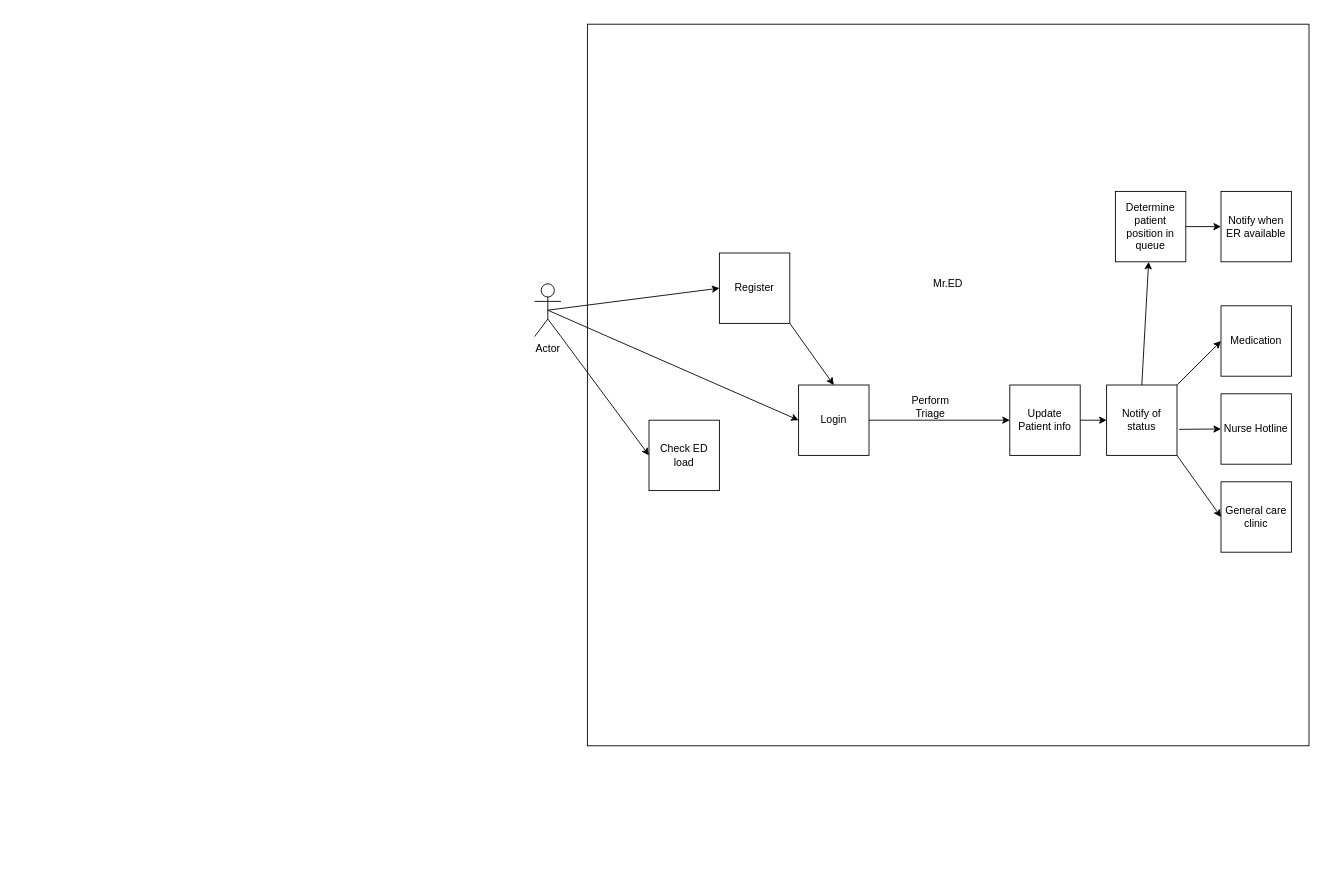
This is Roadmap.drawio from uvic-teach/project-m1-team8, a draw.io file, before an edit. Source tidied: cells renumbered, new cells numbered last; positions are measured from the earlier drawing's top-left corner, leaving out a move shared by most shapes. Both pictures are drawn from the tidied source at 88%, with x=0, y=0 at pixel (534, 24).
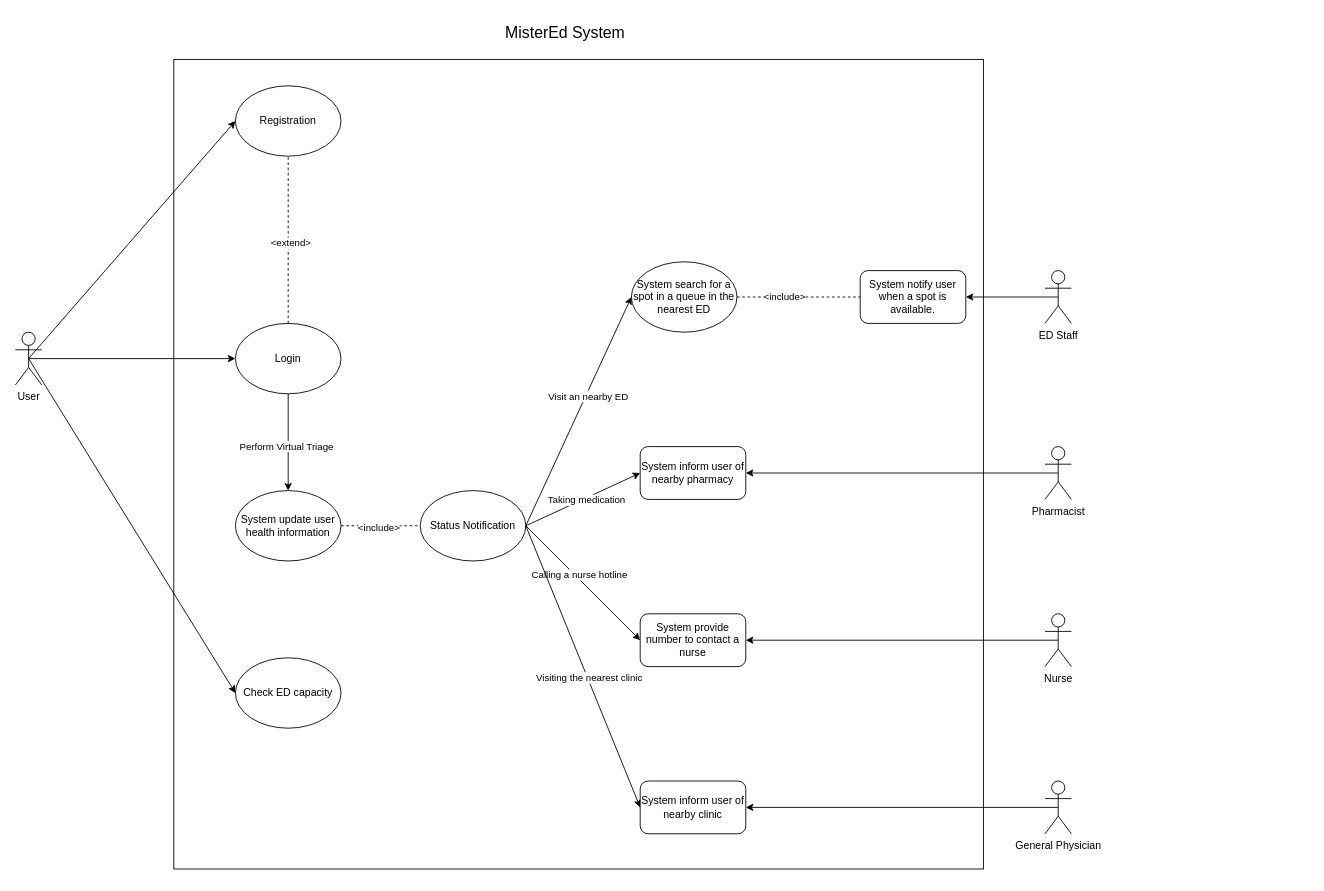
The same diagram, later.

Diff of the diagram source:
```diff
@@
     <mxCell id="2" style="whiteSpace=wrap;html=1;" parent="1" vertex="1">
-      <mxGeometry x="60" width="820" height="820" as="geometry" />
+      <mxGeometry x="-410" y="40" width="920" height="920" as="geometry" />
     </mxCell>
-    <mxCell id="3" value="Actor" style="shape=umlActor;verticalLabelPosition=bottom;verticalAlign=top;html=1;outlineConnect=0;" parent="1" vertex="1">
-      <mxGeometry y="295" width="30" height="60" as="geometry" />
+    <mxCell id="3" value="User" style="shape=umlActor;verticalLabelPosition=bottom;verticalAlign=top;html=1;outlineConnect=0;" parent="1" vertex="1">
+      <mxGeometry x="-590" y="350" width="30" height="60" as="geometry" />
     </mxCell>
-    <mxCell id="4" value="Mr.ED" style="text;html=1;strokeColor=none;fillColor=none;align=center;verticalAlign=middle;whiteSpace=wrap;rounded=0;" parent="1" vertex="1">
-      <mxGeometry x="440" y="280" width="60" height="30" as="geometry" />
-    </mxCell>
-    <mxCell id="5" value="Register" style="whiteSpace=wrap;html=1;" parent="1" vertex="1">
-      <mxGeometry x="210" y="260" width="80" height="80" as="geometry" />
-    </mxCell>
-    <mxCell id="6" value="Login" style="whiteSpace=wrap;html=1;" parent="1" vertex="1">
-      <mxGeometry x="300" y="410" width="80" height="80" as="geometry" />
-    </mxCell>
-    <mxCell id="7" style="endArrow=classic;html=1;rounded=0;exitX=0.5;exitY=0.5;exitDx=0;exitDy=0;exitPerimeter=0;entryX=0;entryY=0.5;entryDx=0;entryDy=0;" parent="1" edge="1" source="3" target="5">
+    <mxCell id="7" style="endArrow=classic;html=1;rounded=0;exitX=0.5;exitY=0.5;exitDx=0;exitDy=0;exitPerimeter=0;entryX=0;entryY=0.5;entryDx=0;entryDy=0;" parent="1" edge="1" source="3" target="28">
       <mxGeometry relative="1" as="geometry" />
     </mxCell>
@@
-    <mxCell id="9" value="Check ED load" style="whiteSpace=wrap;html=1;" parent="1" vertex="1">
-      <mxGeometry x="130" y="450" width="80" height="80" as="geometry" />
-    </mxCell>
-    <mxCell id="10" style="endArrow=classic;html=1;rounded=0;entryX=0;entryY=0.5;entryDx=0;entryDy=0;exitX=1;exitY=1;exitDx=0;exitDy=0;exitPerimeter=0;" parent="1" edge="1" source="3" target="9">
+    <mxCell id="10" style="endArrow=classic;html=1;rounded=0;entryX=0;entryY=0.5;entryDx=0;entryDy=0;exitX=0.5;exitY=0.5;exitDx=0;exitDy=0;exitPerimeter=0;" parent="1" edge="1" source="3" target="33">
       <mxGeometry relative="1" as="geometry" />
     </mxCell>
-    <mxCell id="11" style="endArrow=classic;html=1;rounded=0;exitX=1;exitY=1;exitDx=0;exitDy=0;entryX=0.5;entryY=0;entryDx=0;entryDy=0;" parent="1" edge="1" source="5" target="6">
-      <mxGeometry relative="1" as="geometry" />
-    </mxCell>
-    <mxCell id="12" value="Notify when ER available" style="whiteSpace=wrap;html=1;" parent="1" vertex="1">
-      <mxGeometry x="780" y="190" width="80" height="80" as="geometry" />
-    </mxCell>
-    <mxCell id="13" value="Medication" style="whiteSpace=wrap;html=1;" parent="1" vertex="1">
-      <mxGeometry x="780" y="320" width="80" height="80" as="geometry" />
-    </mxCell>
-    <mxCell id="14" value="Nurse Hotline" style="whiteSpace=wrap;html=1;" parent="1" vertex="1">
-      <mxGeometry x="780" y="420" width="80" height="80" as="geometry" />
-    </mxCell>
-    <mxCell id="15" style="endArrow=classic;html=1;rounded=0;exitX=0.5;exitY=0;exitDx=0;exitDy=0;" parent="1" edge="1" source="22" target="16">
-      <mxGeometry relative="1" as="geometry" />
-    </mxCell>
-    <mxCell id="16" value="Determine patient position in queue" style="whiteSpace=wrap;html=1;" parent="1" vertex="1">
-      <mxGeometry x="660" y="190" width="80" height="80" as="geometry" />
-    </mxCell>
-    <mxCell id="17" style="endArrow=classic;html=1;rounded=0;entryX=0;entryY=0.5;entryDx=0;entryDy=0;exitX=1;exitY=0.5;exitDx=0;exitDy=0;" parent="1" edge="1" source="16" target="12">
-      <mxGeometry relative="1" as="geometry" />
-    </mxCell>
-    <mxCell id="18" value="Update Patient info" style="whiteSpace=wrap;html=1;" parent="1" vertex="1">
-      <mxGeometry x="540" y="410" width="80" height="80" as="geometry" />
-    </mxCell>
-    <mxCell id="19" style="endArrow=classic;html=1;rounded=0;exitX=1;exitY=0.5;exitDx=0;exitDy=0;entryX=0;entryY=0.5;entryDx=0;entryDy=0;" parent="1" edge="1" source="6" target="18">
-      <mxGeometry relative="1" as="geometry" />
-    </mxCell>
-    <mxCell id="20" value="Perform Triage" style="text;html=1;strokeColor=none;fillColor=none;align=center;verticalAlign=middle;whiteSpace=wrap;rounded=0;" parent="1" vertex="1">
-      <mxGeometry x="420" y="420" width="60" height="30" as="geometry" />
-    </mxCell>
-    <mxCell id="21" value="General care clinic" style="whiteSpace=wrap;html=1;" parent="1" vertex="1">
-      <mxGeometry x="780" y="520" width="80" height="80" as="geometry" />
-    </mxCell>
-    <mxCell id="22" value="Notify of status" style="whiteSpace=wrap;html=1;" parent="1" vertex="1">
-      <mxGeometry x="650" y="410" width="80" height="80" as="geometry" />
-    </mxCell>
-    <mxCell id="23" style="endArrow=classic;html=1;rounded=0;entryX=0;entryY=0.5;entryDx=0;entryDy=0;exitX=1;exitY=0.5;exitDx=0;exitDy=0;" parent="1" edge="1" source="18" target="22">
-      <mxGeometry relative="1" as="geometry" />
-    </mxCell>
-    <mxCell id="24" style="endArrow=classic;html=1;rounded=0;entryX=0;entryY=0.5;entryDx=0;entryDy=0;exitX=1.03;exitY=0.63;exitDx=0;exitDy=0;exitPerimeter=0;" parent="1" edge="1" source="22" target="14">
-      <mxGeometry relative="1" as="geometry" />
-    </mxCell>
-    <mxCell id="25" style="endArrow=classic;html=1;rounded=0;entryX=0;entryY=0.5;entryDx=0;entryDy=0;exitX=1;exitY=0;exitDx=0;exitDy=0;" parent="1" edge="1" source="22" target="13">
-      <mxGeometry relative="1" as="geometry" />
-    </mxCell>
-    <mxCell id="26" style="endArrow=classic;html=1;rounded=0;entryX=0;entryY=0.5;entryDx=0;entryDy=0;exitX=1;exitY=1;exitDx=0;exitDy=0;" parent="1" edge="1" source="22" target="21">
-      <mxGeometry relative="1" as="geometry" />
-    </mxCell>
@@
+    <mxCell id="28" value="Registration" style="ellipse;whiteSpace=wrap;html=1;" parent="1" vertex="1">
+      <mxGeometry x="-340" y="70" width="120" height="80" as="geometry" />
+    </mxCell>
+    <mxCell id="29" style="endArrow=none;dashed=1;html=1;rounded=0;entryX=0.5;entryY=1;entryDx=0;entryDy=0;exitX=0.5;exitY=0;exitDx=0;exitDy=0;" parent="1" edge="1" source="6" target="28">
+      <mxGeometry relative="1" as="geometry" />
+    </mxCell>
+    <mxCell id="30" value="&amp;lt;extend&amp;gt;" style="edgeLabel;html=1;align=center;verticalAlign=middle;" parent="29" vertex="1">
+      <mxGeometry x="-0.03" y="-2" relative="1" as="geometry" />
+    </mxCell>
+    <mxCell id="31" style="endArrow=none;dashed=1;html=1;rounded=0;entryX=0;entryY=0.5;entryDx=0;entryDy=0;exitX=1;exitY=0.5;exitDx=0;exitDy=0;" parent="1" edge="1" source="36" target="37">
+      <mxGeometry relative="1" as="geometry" />
+    </mxCell>
+    <mxCell id="32" value="&amp;lt;include&amp;gt;" style="edgeLabel;html=1;align=center;verticalAlign=middle;" parent="31" vertex="1">
+      <mxGeometry x="-0.06" y="-1" relative="1" as="geometry" />
+    </mxCell>
+    <mxCell id="6" value="Login" style="ellipse;whiteSpace=wrap;html=1;" parent="1" vertex="1">
+      <mxGeometry x="-340" y="340" width="120" height="80" as="geometry" />
+    </mxCell>
+    <mxCell id="33" value="Check ED capacity" style="ellipse;whiteSpace=wrap;html=1;" parent="1" vertex="1">
+      <mxGeometry x="-340" y="720" width="120" height="80" as="geometry" />
+    </mxCell>
+    <mxCell id="34" style="endArrow=classic;html=1;rounded=0;entryX=0.5;entryY=0;entryDx=0;entryDy=0;exitX=0.5;exitY=1;exitDx=0;exitDy=0;" parent="1" edge="1" source="6" target="36">
+      <mxGeometry relative="1" as="geometry" />
+    </mxCell>
+    <mxCell id="35" value="Perform Virtual Triage" style="edgeLabel;html=1;align=center;verticalAlign=middle;" parent="34" vertex="1">
+      <mxGeometry x="0.07" y="-3" relative="1" as="geometry" />
+    </mxCell>
+    <mxCell id="36" value="System update user health information" style="ellipse;whiteSpace=wrap;html=1;" parent="1" vertex="1">
+      <mxGeometry x="-340" y="530" width="120" height="80" as="geometry" />
+    </mxCell>
+    <mxCell id="37" value="Status Notification" style="ellipse;whiteSpace=wrap;html=1;" parent="1" vertex="1">
+      <mxGeometry x="-130" y="530" width="120" height="80" as="geometry" />
+    </mxCell>
+    <mxCell id="38" value="System search for a spot in a queue in the nearest ED" style="ellipse;whiteSpace=wrap;html=1;" parent="1" vertex="1">
+      <mxGeometry x="110" y="270" width="120" height="80" as="geometry" />
+    </mxCell>
+    <mxCell id="39" style="endArrow=classic;html=1;rounded=0;entryX=0;entryY=0.5;entryDx=0;entryDy=0;exitX=1;exitY=0.5;exitDx=0;exitDy=0;" parent="1" edge="1" source="37" target="38">
+      <mxGeometry relative="1" as="geometry" />
+    </mxCell>
+    <mxCell id="40" value="Visit an nearby ED" style="edgeLabel;html=1;align=center;verticalAlign=middle;" parent="39" vertex="1">
+      <mxGeometry x="0.14" y="-2" relative="1" as="geometry" />
+    </mxCell>
+    <mxCell id="41" style="endArrow=classic;html=1;rounded=0;exitX=1;exitY=0.5;exitDx=0;exitDy=0;entryX=0;entryY=0.5;entryDx=0;entryDy=0;" parent="1" edge="1" source="37" target="45">
+      <mxGeometry relative="1" as="geometry" />
+    </mxCell>
+    <mxCell id="42" value="Taking medication" style="edgeLabel;html=1;align=center;verticalAlign=middle;" parent="41" vertex="1">
+      <mxGeometry x="0.04" y="-2" relative="1" as="geometry" />
+    </mxCell>
+    <mxCell id="43" style="endArrow=classic;html=1;rounded=0;entryX=0;entryY=0.5;entryDx=0;entryDy=0;exitX=1;exitY=0.5;exitDx=0;exitDy=0;" parent="1" edge="1" source="37" target="46">
+      <mxGeometry relative="1" as="geometry" />
+    </mxCell>
+    <mxCell id="44" value="Calling a nurse hotline" style="edgeLabel;html=1;align=center;verticalAlign=middle;" parent="43" vertex="1">
+      <mxGeometry x="-0.11" y="4" relative="1" as="geometry" />
+    </mxCell>
+    <mxCell id="45" value="System inform user of nearby pharmacy" style="rounded=1;whiteSpace=wrap;html=1;" parent="1" vertex="1">
+      <mxGeometry x="120" y="480" width="120" height="60" as="geometry" />
+    </mxCell>
+    <mxCell id="46" value="System provide number to contact a nurse" style="rounded=1;whiteSpace=wrap;html=1;" parent="1" vertex="1">
+      <mxGeometry x="120" y="670" width="120" height="60" as="geometry" />
+    </mxCell>
+    <mxCell id="47" style="endArrow=classic;html=1;rounded=0;entryX=0;entryY=0.5;entryDx=0;entryDy=0;exitX=1;exitY=0.5;exitDx=0;exitDy=0;" parent="1" edge="1" source="37" target="49">
+      <mxGeometry relative="1" as="geometry" />
+    </mxCell>
+    <mxCell id="48" value="Visiting the nearest clinic" style="edgeLabel;html=1;align=center;verticalAlign=middle;" parent="47" vertex="1">
+      <mxGeometry x="0.08" y="1" relative="1" as="geometry" />
+    </mxCell>
+    <mxCell id="49" value="System inform user of nearby clinic" style="rounded=1;whiteSpace=wrap;html=1;" parent="1" vertex="1">
+      <mxGeometry x="120" y="860" width="120" height="60" as="geometry" />
+    </mxCell>
+    <mxCell id="50" value="System notify user when a spot is available." style="rounded=1;whiteSpace=wrap;html=1;" parent="1" vertex="1">
+      <mxGeometry x="370" y="280" width="120" height="60" as="geometry" />
+    </mxCell>
+    <mxCell id="51" style="endArrow=none;dashed=1;html=1;rounded=0;entryX=0;entryY=0.5;entryDx=0;entryDy=0;exitX=1;exitY=0.5;exitDx=0;exitDy=0;" parent="1" edge="1" source="38" target="50">
+      <mxGeometry relative="1" as="geometry" />
+    </mxCell>
+    <mxCell id="52" value="&amp;lt;include&amp;gt;" style="edgeLabel;html=1;align=center;verticalAlign=middle;" parent="51" vertex="1">
+      <mxGeometry x="-0.24" y="1" relative="1" as="geometry" />
+    </mxCell>
+    <mxCell id="53" value="Pharmacist" style="shape=umlActor;verticalLabelPosition=bottom;verticalAlign=top;html=1;outlineConnect=0;" parent="1" vertex="1">
+      <mxGeometry x="580" y="480" width="30" height="60" as="geometry" />
+    </mxCell>
+    <mxCell id="54" style="endArrow=classic;html=1;rounded=0;exitX=0.5;exitY=0.5;exitDx=0;exitDy=0;exitPerimeter=0;entryX=1;entryY=0.5;entryDx=0;entryDy=0;" parent="1" edge="1" source="53" target="45">
+      <mxGeometry relative="1" as="geometry" />
+    </mxCell>
+    <mxCell id="55" value="Nurse" style="shape=umlActor;verticalLabelPosition=bottom;verticalAlign=top;html=1;outlineConnect=0;" parent="1" vertex="1">
+      <mxGeometry x="580" y="670" width="30" height="60" as="geometry" />
+    </mxCell>
+    <mxCell id="56" style="endArrow=classic;html=1;rounded=0;entryX=1;entryY=0.5;entryDx=0;entryDy=0;exitX=0.5;exitY=0.5;exitDx=0;exitDy=0;exitPerimeter=0;" parent="1" edge="1" source="55" target="46">
+      <mxGeometry relative="1" as="geometry" />
+    </mxCell>
+    <mxCell id="57" value="General Physician" style="shape=umlActor;verticalLabelPosition=bottom;verticalAlign=top;html=1;" parent="1" vertex="1">
+      <mxGeometry x="580" y="860" width="30" height="60" as="geometry" />
+    </mxCell>
+    <mxCell id="58" style="endArrow=classic;html=1;rounded=0;entryX=1;entryY=0.5;entryDx=0;entryDy=0;" parent="1" edge="1" target="49">
+      <mxGeometry relative="1" as="geometry">
+        <mxPoint x="595" y="890" as="sourcePoint" />
+      </mxGeometry>
+    </mxCell>
+    <mxCell id="59" value="ED Staff" style="shape=umlActor;verticalLabelPosition=bottom;verticalAlign=top;html=1;outlineConnect=0;" parent="1" vertex="1">
+      <mxGeometry x="580" y="280" width="30" height="60" as="geometry" />
+    </mxCell>
+    <mxCell id="60" style="endArrow=classic;html=1;rounded=0;entryX=1;entryY=0.5;entryDx=0;entryDy=0;exitX=0.5;exitY=0.5;exitDx=0;exitDy=0;exitPerimeter=0;" parent="1" edge="1" source="59" target="50">
+      <mxGeometry relative="1" as="geometry" />
+    </mxCell>
+    <mxCell id="61" value="&lt;font style=&quot;font-size: 18px;&quot;&gt;MisterEd System&lt;/font&gt;" style="text;html=1;strokeColor=none;fillColor=none;align=center;verticalAlign=middle;whiteSpace=wrap;rounded=0;" parent="1" vertex="1">
+      <mxGeometry x="-70" y="-10" width="210" height="40" as="geometry" />
+    </mxCell>
```
